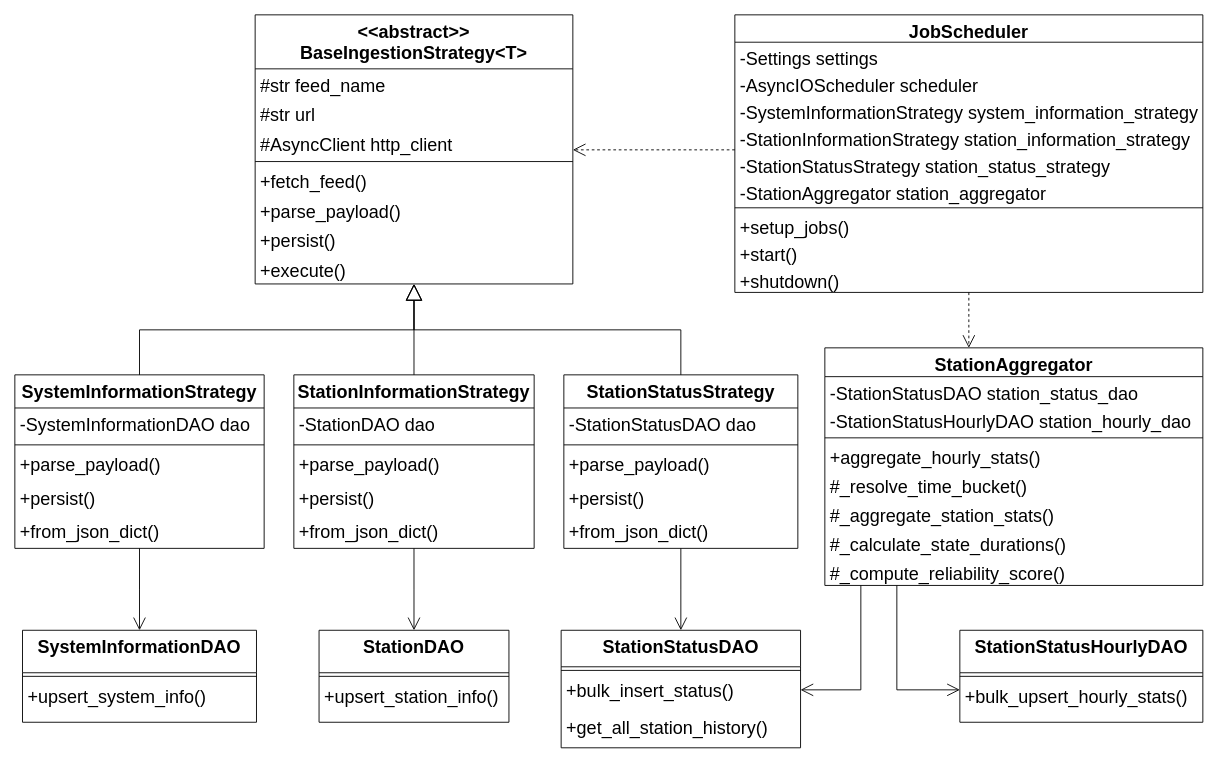
Earlier version of the draw.io diagram page "Page-4" (4 of 4) of doc/report/Diagrammes-ERD+CD.drawio (nathanlaimant/ensai-it-project-2a-team30). Source tidied: cells renumbered, new cells numbered last; positions are measured from the earlier drawing's top-left corner, leaving out a move shared by most shapes. Both pictures are drawn from the tidied source at 90%, with x=0, y=0 at pixel (14, 14).
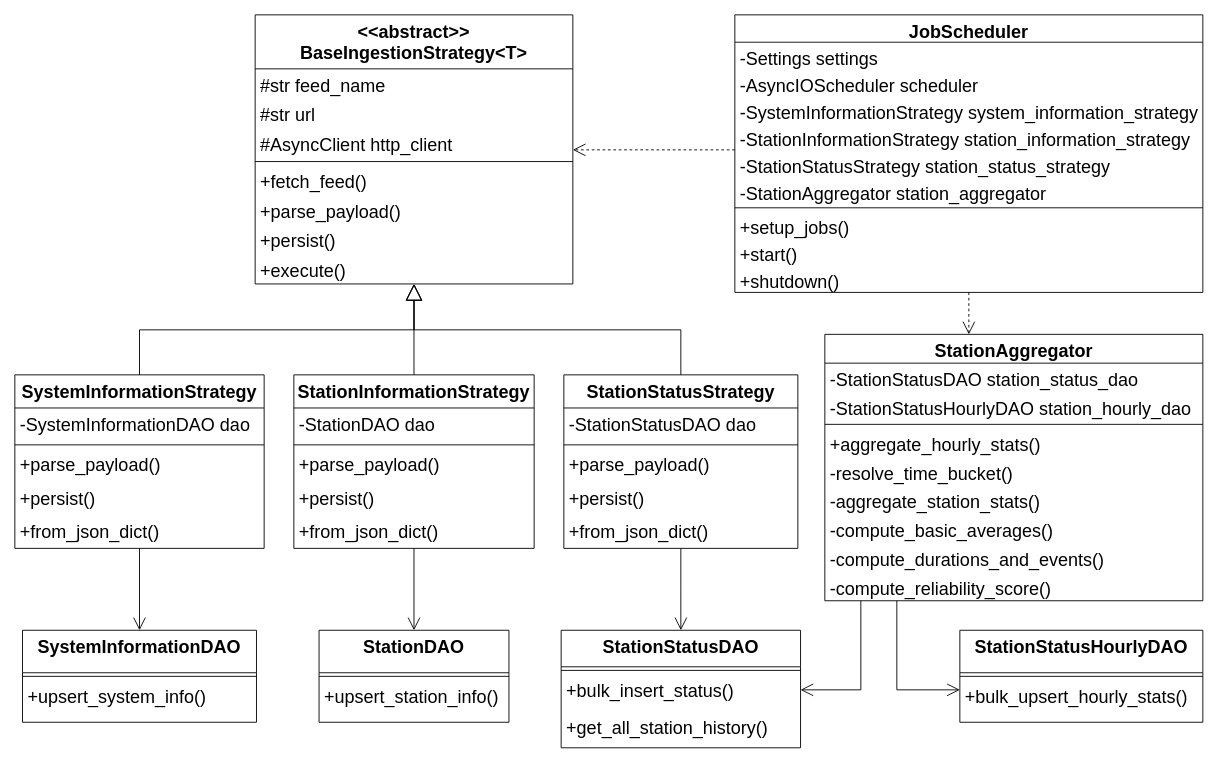
Above is the later version.

The edit, as a diff of the source:
```diff
@@
     <mxCell id="40" value="StationAggregator" style="swimlane;fontStyle=1;align=center;verticalAlign=top;horizontal=1;startSize=32;fontSize=20;" parent="1" vertex="1">
-      <mxGeometry x="900" y="370" width="420" height="264" as="geometry" />
+      <mxGeometry x="900" y="355" width="420" height="296" as="geometry" />
     </mxCell>
@@
-    <mxCell id="45" value="#_resolve_time_bucket()" style="text;strokeColor=none;fillColor=none;align=left;verticalAlign=top;spacingLeft=4;spacingRight=4;overflow=hidden;fontSize=20;" parent="40" vertex="1">
+    <mxCell id="45" value="-resolve_time_bucket()" style="text;strokeColor=none;fillColor=none;align=left;verticalAlign=top;spacingLeft=4;spacingRight=4;overflow=hidden;fontSize=20;" parent="40" vertex="1">
       <mxGeometry y="136" width="420" height="32" as="geometry" />
     </mxCell>
-    <mxCell id="46" value="#_aggregate_station_stats()" style="text;strokeColor=none;fillColor=none;align=left;verticalAlign=top;spacingLeft=4;spacingRight=4;overflow=hidden;fontSize=20;" parent="40" vertex="1">
+    <mxCell id="46" value="-aggregate_station_stats()" style="text;strokeColor=none;fillColor=none;align=left;verticalAlign=top;spacingLeft=4;spacingRight=4;overflow=hidden;fontSize=20;" parent="40" vertex="1">
       <mxGeometry y="168" width="420" height="32" as="geometry" />
     </mxCell>
+    <mxCell id="72" value="-compute_basic_averages()" style="text;strokeColor=none;fillColor=none;align=left;verticalAlign=top;spacingLeft=4;spacingRight=4;overflow=hidden;fontSize=20;" parent="40" vertex="1">
+      <mxGeometry y="200" width="420" height="32" as="geometry" />
+    </mxCell>
-    <mxCell id="47" value="#_calculate_state_durations()" style="text;strokeColor=none;fillColor=none;align=left;verticalAlign=top;spacingLeft=4;spacingRight=4;overflow=hidden;fontSize=20;" parent="40" vertex="1">
-      <mxGeometry y="200" width="420" height="32" as="geometry" />
+    <mxCell id="47" value="-compute_durations_and_events()" style="text;strokeColor=none;fillColor=none;align=left;verticalAlign=top;spacingLeft=4;spacingRight=4;overflow=hidden;fontSize=20;" parent="40" vertex="1">
+      <mxGeometry y="232" width="420" height="32" as="geometry" />
     </mxCell>
-    <mxCell id="48" value="#_compute_reliability_score()" style="text;strokeColor=none;fillColor=none;align=left;verticalAlign=top;spacingLeft=4;spacingRight=4;overflow=hidden;fontSize=20;" parent="40" vertex="1">
-      <mxGeometry y="232" width="420" height="32" as="geometry" />
+    <mxCell id="48" value="-compute_reliability_score()" style="text;strokeColor=none;fillColor=none;align=left;verticalAlign=top;spacingLeft=4;spacingRight=4;overflow=hidden;fontSize=20;" parent="40" vertex="1">
+      <mxGeometry y="264" width="420" height="32" as="geometry" />
     </mxCell>
```
